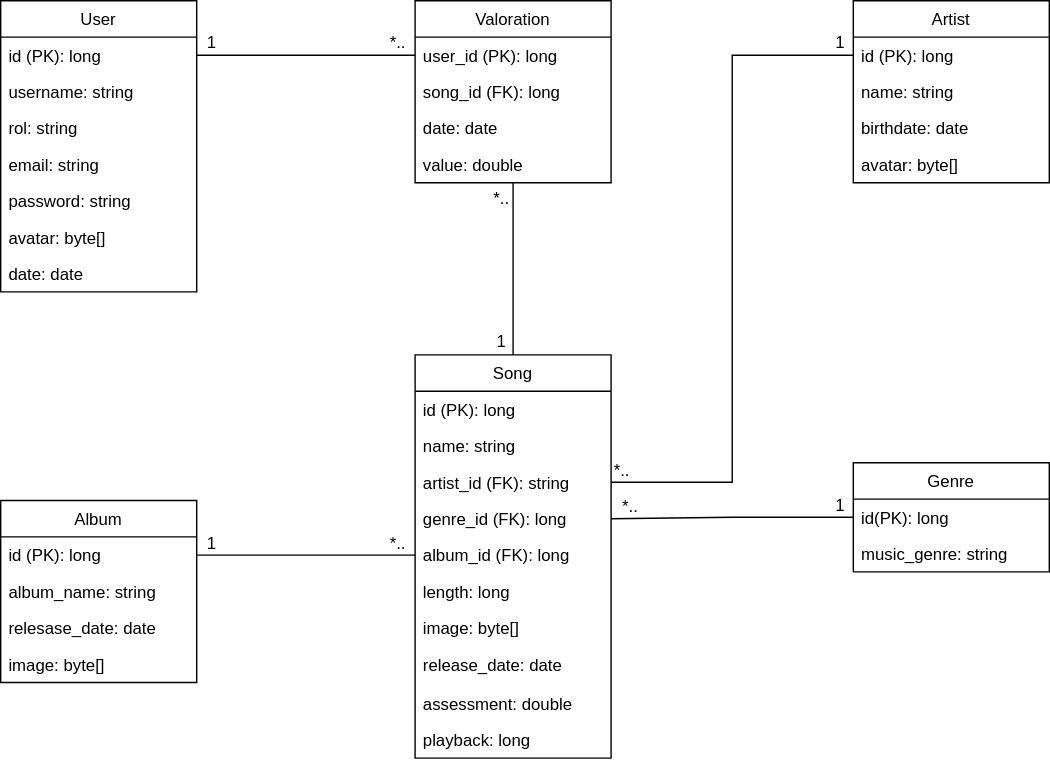
Luisgb98/PFB-Kreitekfy keeps this draw.io diagram as public/diagrama_UML.svg. Above is the earlier version. Source tidied: cells renumbered, new cells last; positions are measured from the earlier drawing's top-left corner, leaving out a move shared by most shapes.
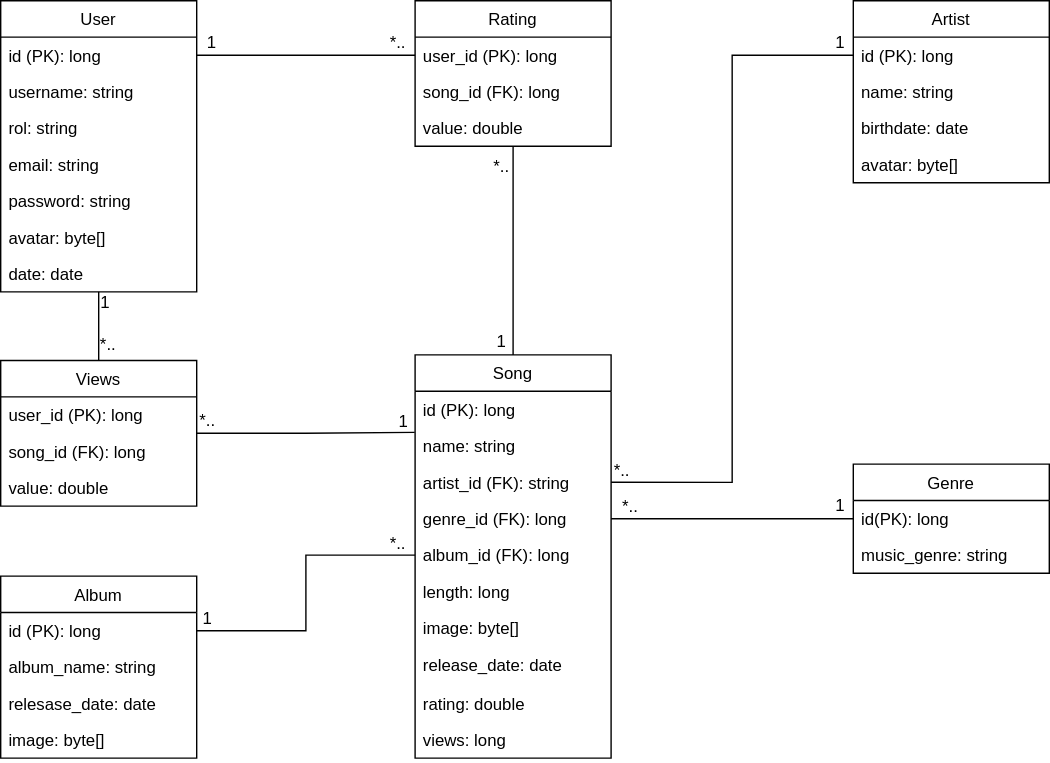
The same file after the commit.

Commit message:
UML and Endpoints updated

What changed in the source:
```diff
@@ -29,10 +29,10 @@
     <mxCell id="10" value="release_date: date" style="text;strokeColor=none;fillColor=none;align=left;verticalAlign=top;spacingLeft=4;spacingRight=4;overflow=hidden;" parent="2" vertex="1">
       <mxGeometry y="208" width="140" height="28" as="geometry" />
     </mxCell>
-    <mxCell id="11" value="assessment: double" style="text;strokeColor=none;fillColor=none;align=left;verticalAlign=top;spacingLeft=4;spacingRight=4;overflow=hidden;" parent="2" vertex="1">
+    <mxCell id="11" value="rating: double" style="text;strokeColor=none;fillColor=none;align=left;verticalAlign=top;spacingLeft=4;spacingRight=4;overflow=hidden;" parent="2" vertex="1">
       <mxGeometry y="236" width="140" height="26" as="geometry" />
     </mxCell>
-    <mxCell id="12" value="playback: long" style="text;strokeColor=none;fillColor=none;align=left;verticalAlign=top;spacingLeft=4;spacingRight=4;overflow=hidden;" parent="2" vertex="1">
+    <mxCell id="12" value="views: long" style="text;strokeColor=none;fillColor=none;align=left;verticalAlign=top;spacingLeft=4;spacingRight=4;overflow=hidden;" parent="2" vertex="1">
       <mxGeometry y="262" width="140" height="26" as="geometry" />
     </mxCell>
     <mxCell id="13" value="User" style="swimlane;fontStyle=0;horizontal=1;startSize=26;fillColor=none;" parent="1" vertex="1">
@@ -75,7 +75,7 @@
       <mxGeometry y="104" width="140" height="26" as="geometry" />
     </mxCell>
     <mxCell id="26" value="Album" style="swimlane;fontStyle=0;horizontal=1;startSize=26;fillColor=none;" parent="1" vertex="1">
-      <mxGeometry y="357" width="140" height="130" as="geometry" />
+      <mxGeometry y="411" width="140" height="130" as="geometry" />
     </mxCell>
     <mxCell id="27" value="id (PK): long" style="text;strokeColor=none;fillColor=none;align=left;verticalAlign=top;spacingLeft=4;spacingRight=4;overflow=hidden;points=[[0,0.5],[1,0.5]];portConstraint=eastwest;" parent="26" vertex="1">
       <mxGeometry y="26" width="140" height="26" as="geometry" />
@@ -90,7 +90,7 @@
       <mxGeometry y="104" width="140" height="26" as="geometry" />
     </mxCell>
     <mxCell id="31" value="Genre" style="swimlane;fontStyle=0;horizontal=1;startSize=26;fillColor=none;" parent="1" vertex="1">
-      <mxGeometry x="609" y="330" width="140" height="78" as="geometry" />
+      <mxGeometry x="609" y="331" width="140" height="78" as="geometry" />
     </mxCell>
     <mxCell id="32" value="id(PK): long" style="text;strokeColor=none;fillColor=none;align=left;verticalAlign=top;spacingLeft=4;spacingRight=4;overflow=hidden;points=[[0,0.5],[1,0.5]];portConstraint=eastwest;" parent="31" vertex="1">
       <mxGeometry y="26" width="140" height="26" as="geometry" />
@@ -117,7 +117,7 @@
       <mxGeometry x="254" y="373" width="60" height="30" as="geometry" />
     </mxCell>
     <mxCell id="40" value="1" style="text;html=1;strokeColor=none;fillColor=none;align=center;verticalAlign=middle;whiteSpace=wrap;rounded=0;" parent="1" vertex="1">
-      <mxGeometry x="121" y="373" width="60" height="30" as="geometry" />
+      <mxGeometry x="118" y="427" width="60" height="30" as="geometry" />
     </mxCell>
     <mxCell id="41" value="*.." style="text;html=1;strokeColor=none;fillColor=none;align=center;verticalAlign=middle;whiteSpace=wrap;rounded=0;" parent="1" vertex="1">
       <mxGeometry x="420" y="347" width="60" height="30" as="geometry" />
@@ -128,8 +128,8 @@
     <mxCell id="43" style="edgeStyle=orthogonalEdgeStyle;rounded=0;jettySize=auto;html=1;exitX=0.5;exitY=1;exitDx=0;exitDy=0;entryX=0.5;entryY=0;entryDx=0;entryDy=0;endArrow=none;endFill=0;" parent="1" edge="1" source="44" target="2">
       <mxGeometry relative="1" as="geometry" />
     </mxCell>
-    <mxCell id="44" value="Valoration" style="swimlane;fontStyle=0;horizontal=1;startSize=26;fillColor=none;" parent="1" vertex="1">
-      <mxGeometry x="296" width="140" height="130" as="geometry" />
+    <mxCell id="44" value="Rating" style="swimlane;fontStyle=0;horizontal=1;startSize=26;fillColor=none;" parent="1" vertex="1">
+      <mxGeometry x="296" width="140" height="104" as="geometry" />
     </mxCell>
     <mxCell id="45" value="user_id (PK): long" style="text;strokeColor=none;fillColor=none;align=left;verticalAlign=top;spacingLeft=4;spacingRight=4;overflow=hidden;points=[[0,0.5],[1,0.5]];portConstraint=eastwest;" parent="44" vertex="1">
       <mxGeometry y="26" width="140" height="26" as="geometry" />
@@ -137,11 +137,8 @@
     <mxCell id="46" value="song_id (FK): long" style="text;strokeColor=none;fillColor=none;align=left;verticalAlign=top;spacingLeft=4;spacingRight=4;overflow=hidden;" parent="44" vertex="1">
       <mxGeometry y="52" width="140" height="26" as="geometry" />
     </mxCell>
-    <mxCell id="47" value="date: date" style="text;strokeColor=none;fillColor=none;align=left;verticalAlign=top;spacingLeft=4;spacingRight=4;overflow=hidden;" parent="44" vertex="1">
-      <mxGeometry y="78" width="140" height="26" as="geometry" />
-    </mxCell>
     <mxCell id="48" value="value: double" style="text;strokeColor=none;fillColor=none;align=left;verticalAlign=top;spacingLeft=4;spacingRight=4;overflow=hidden;" parent="44" vertex="1">
-      <mxGeometry y="104" width="140" height="26" as="geometry" />
+      <mxGeometry y="78" width="140" height="26" as="geometry" />
     </mxCell>
     <mxCell id="49" style="edgeStyle=orthogonalEdgeStyle;rounded=0;jettySize=auto;html=1;exitX=1;exitY=0.5;exitDx=0;exitDy=0;entryX=0;entryY=0.5;entryDx=0;entryDy=0;endArrow=none;endFill=0;" parent="1" edge="1" source="14" target="45">
       <mxGeometry relative="1" as="geometry" />
@@ -150,7 +147,7 @@
       <mxGeometry x="328" y="229" width="60" height="30" as="geometry" />
     </mxCell>
     <mxCell id="51" value="*.." style="text;html=1;strokeColor=none;fillColor=none;align=center;verticalAlign=middle;whiteSpace=wrap;rounded=0;" parent="1" vertex="1">
-      <mxGeometry x="328" y="127" width="60" height="30" as="geometry" />
+      <mxGeometry x="328" y="104" width="60" height="30" as="geometry" />
     </mxCell>
     <mxCell id="52" value="*.." style="text;html=1;strokeColor=none;fillColor=none;align=center;verticalAlign=middle;whiteSpace=wrap;rounded=0;" parent="1" vertex="1">
       <mxGeometry x="254" y="15" width="60" height="30" as="geometry" />
@@ -158,5 +155,35 @@
     <mxCell id="53" value="1" style="text;html=1;strokeColor=none;fillColor=none;align=center;verticalAlign=middle;whiteSpace=wrap;rounded=0;" parent="1" vertex="1">
       <mxGeometry x="121" y="15" width="60" height="30" as="geometry" />
     </mxCell>
+    <mxCell id="54" style="edgeStyle=orthogonalEdgeStyle;rounded=0;jettySize=auto;html=1;exitX=0.5;exitY=0;exitDx=0;exitDy=0;entryX=0.5;entryY=1;entryDx=0;entryDy=0;endArrow=none;endFill=0;" parent="1" edge="1" source="56" target="13">
+      <mxGeometry relative="1" as="geometry" />
+    </mxCell>
+    <mxCell id="55" style="edgeStyle=orthogonalEdgeStyle;rounded=0;jettySize=auto;html=1;exitX=1;exitY=0.5;exitDx=0;exitDy=0;entryX=-0.002;entryY=0.128;entryDx=0;entryDy=0;entryPerimeter=0;endArrow=none;endFill=0;" parent="1" edge="1" source="56" target="4">
+      <mxGeometry relative="1" as="geometry" />
+    </mxCell>
+    <mxCell id="56" value="Views" style="swimlane;fontStyle=0;horizontal=1;startSize=26;fillColor=none;" parent="1" vertex="1">
+      <mxGeometry y="257" width="140" height="104" as="geometry" />
+    </mxCell>
+    <mxCell id="57" value="user_id (PK): long" style="text;strokeColor=none;fillColor=none;align=left;verticalAlign=top;spacingLeft=4;spacingRight=4;overflow=hidden;" parent="56" vertex="1">
+      <mxGeometry y="26" width="140" height="26" as="geometry" />
+    </mxCell>
+    <mxCell id="58" value="song_id (FK): long" style="text;strokeColor=none;fillColor=none;align=left;verticalAlign=top;spacingLeft=4;spacingRight=4;overflow=hidden;" parent="56" vertex="1">
+      <mxGeometry y="52" width="140" height="26" as="geometry" />
+    </mxCell>
+    <mxCell id="59" value="value: double" style="text;strokeColor=none;fillColor=none;align=left;verticalAlign=top;spacingLeft=4;spacingRight=4;overflow=hidden;" parent="56" vertex="1">
+      <mxGeometry y="78" width="140" height="26" as="geometry" />
+    </mxCell>
+    <mxCell id="60" value="1" style="text;html=1;strokeColor=none;fillColor=none;align=center;verticalAlign=middle;whiteSpace=wrap;rounded=0;" parent="1" vertex="1">
+      <mxGeometry x="45" y="201" width="60" height="30" as="geometry" />
+    </mxCell>
+    <mxCell id="61" value="*.." style="text;html=1;strokeColor=none;fillColor=none;align=center;verticalAlign=middle;whiteSpace=wrap;rounded=0;" parent="1" vertex="1">
+      <mxGeometry x="7" y="231" width="140" height="30" as="geometry" />
+    </mxCell>
+    <mxCell id="62" value="*.." style="text;html=1;strokeColor=none;fillColor=none;align=center;verticalAlign=middle;whiteSpace=wrap;rounded=0;" parent="1" vertex="1">
+      <mxGeometry x="118" y="285" width="60" height="30" as="geometry" />
+    </mxCell>
+    <mxCell id="63" value="1" style="text;html=1;strokeColor=none;fillColor=none;align=center;verticalAlign=middle;whiteSpace=wrap;rounded=0;" parent="1" vertex="1">
+      <mxGeometry x="258" y="286" width="60" height="30" as="geometry" />
+    </mxCell>
   </root>
 </mxGraphModel>
```
